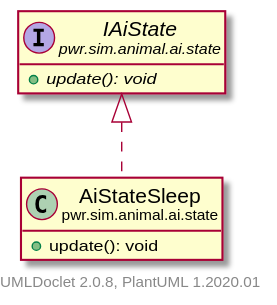
Before: pwr/sim/animal/ai/state/AiStateSleep.svg, a diagram exported from PlantUML (Bravo555/oop-project).
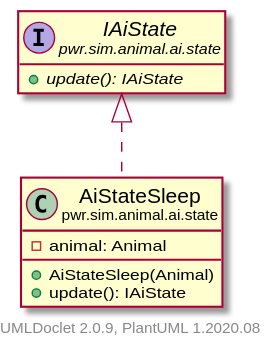
After the change.

What changed in the source:
```diff
@@ -4,14 +4,16 @@
     hide empty methods
 
     class "<size:14>AiStateSleep\n<size:10>pwr.sim.animal.ai.state" as pwr.sim.animal.ai.state.AiStateSleep [[AiStateSleep.html]] {
-        +update(): void
+        -animal: Animal
+        +AiStateSleep(Animal)
+        +update(): IAiState
     }
 
     interface "<size:14>IAiState\n<size:10>pwr.sim.animal.ai.state" as pwr.sim.animal.ai.state.IAiState [[IAiState.html]] {
-        {abstract} +update(): void
+        {abstract} +update(): IAiState
     }
 
     pwr.sim.animal.ai.state.IAiState <|.. pwr.sim.animal.ai.state.AiStateSleep
 
-    center footer UMLDoclet 2.0.8, PlantUML 1.2020.01
+    center footer UMLDoclet 2.0.9, PlantUML 1.2020.08
 @enduml
```
